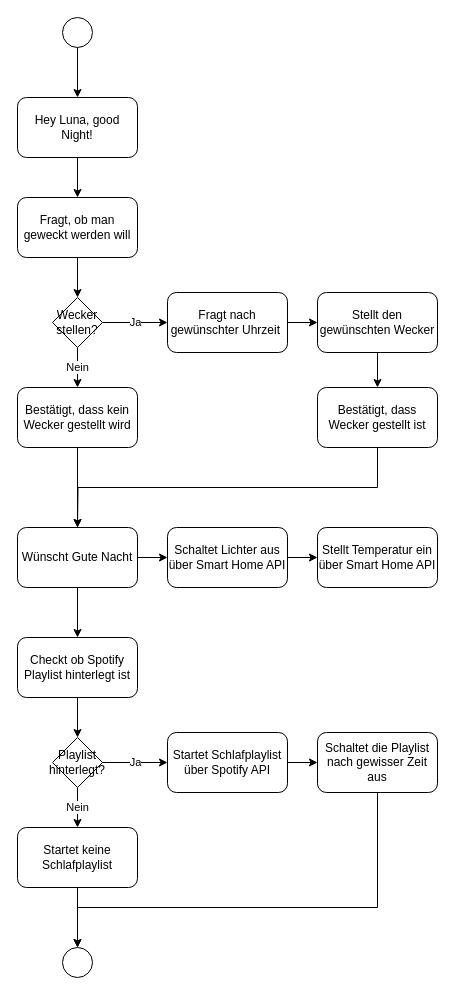
The draw.io diagram docs/activity_diagram_good_night.drawio in ASWE-PDA/Personal-Digital-Agent, before the edit. Source tidied: cells renumbered, new cells numbered last; positions are measured from the earlier drawing's top-left corner, leaving out a move shared by most shapes. Both pictures are drawn from the tidied source at 100%, with x=0, y=0 at pixel (17, 17).
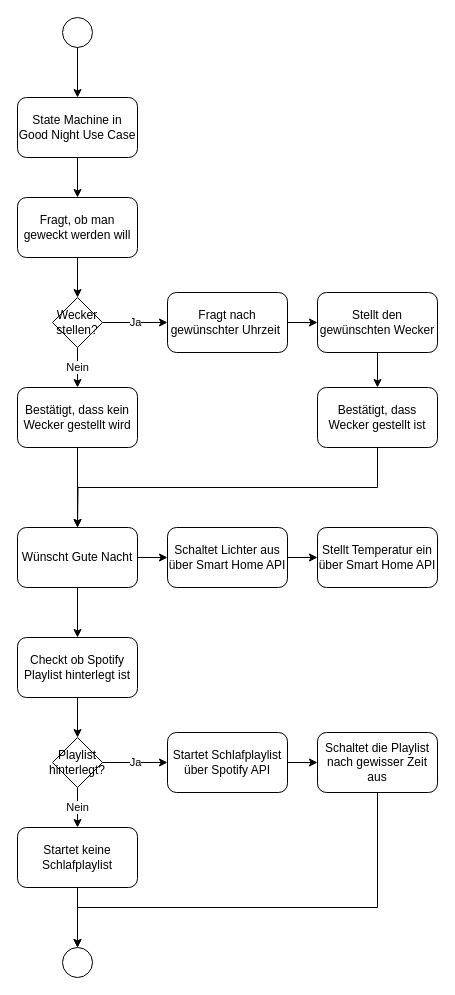
The same diagram, later.

Diff of the diagram source:
```diff
@@
-    <mxCell id="3" value="Hey Luna, good Night!" style="rounded=1;whiteSpace=wrap;html=1;" parent="1" vertex="1">
+    <mxCell id="3" value="State Machine in Good Night Use Case" style="rounded=1;whiteSpace=wrap;html=1;" parent="1" vertex="1">
       <mxGeometry y="80" width="120" height="60" as="geometry" />
     </mxCell>
```
